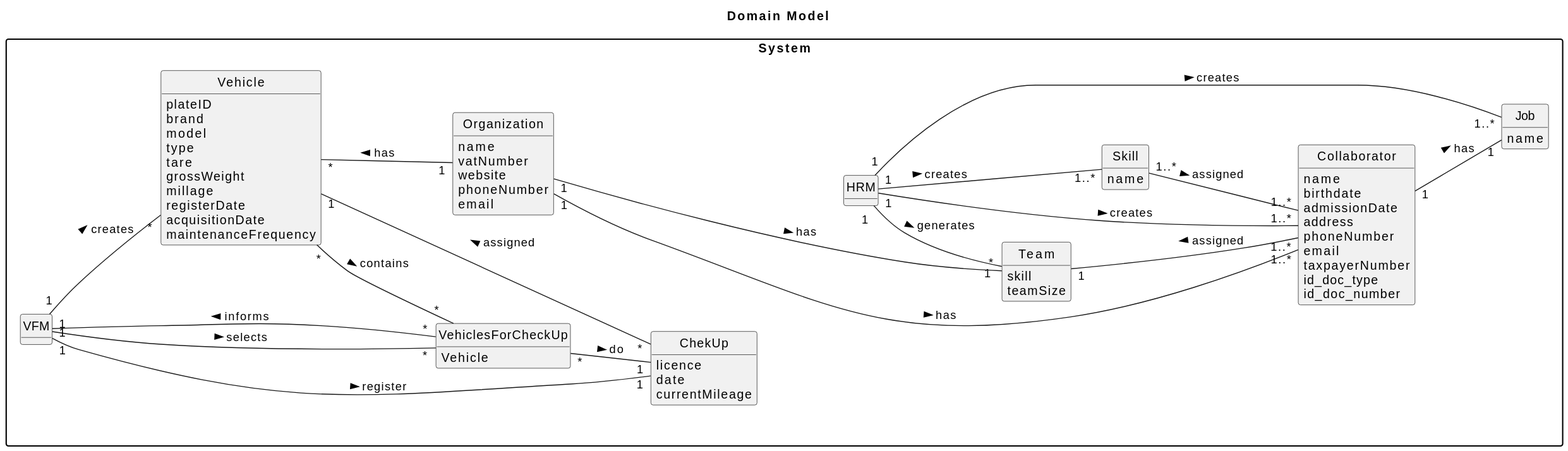
SAEmanuel/Green_Spaces_Management_ISEP keeps this PlantUML diagram as docs/sprintA/global-artifacts/02.analysis/svg/project-domain-model.svg. Above is the earlier version.
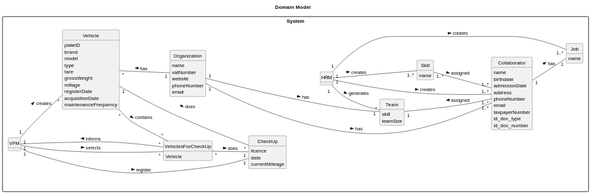
The same file after the commit.

Commit message:
US3 general domain model updated

The edit, as a diff of the source:
```diff
@@ -70,7 +70,7 @@
         Vehicle
     }
 
-    class ChekUp {
+    class CheckUp {
         licence
         date
         currentMileage
@@ -85,7 +85,7 @@
 
     VFM "1" -- "*" Vehicle : creates >
     VFM "1  " -- "*" VehiclesForCheckUp: selects >
-    VFM "1" -- "1" ChekUp : register >
+    VFM "1" -- "1" CheckUp : register >
     VFM "1" --  "*" VehiclesForCheckUp : informs <
 
     Skill "1..*   " -- "1..*" Collaborator : assigned >
@@ -99,9 +99,9 @@
 
     Vehicle "*" -- "1" Organization : has <
     Vehicle "*"-- "*" VehiclesForCheckUp: contains >
-    Vehicle "1" - "*" ChekUp : assigned <
+    Vehicle "1" - "*" CheckUp : does >
 
-    VehiclesForCheckUp "*" -- "1" ChekUp : do >
+    VehiclesForCheckUp "*" -- "1" CheckUp : does >
 
 
 }
```
